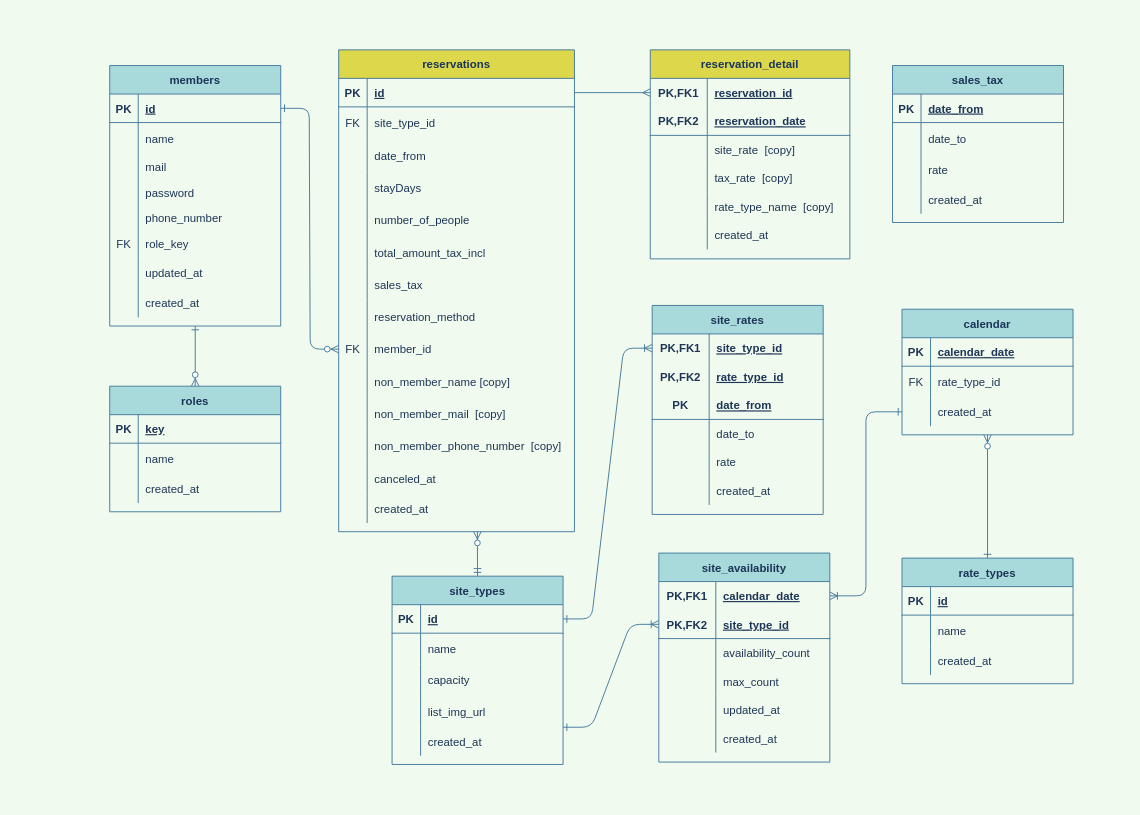
The draw.io diagram doc/db.drawio in sgyatto/AozoraCamp-Reservation, before the edit. Source tidied: cells renumbered, new cells numbered last; positions are measured from the earlier drawing's top-left corner, leaving out a move shared by most shapes. Both pictures are drawn from the tidied source at 95%, with x=0, y=0 at pixel (15, 15).
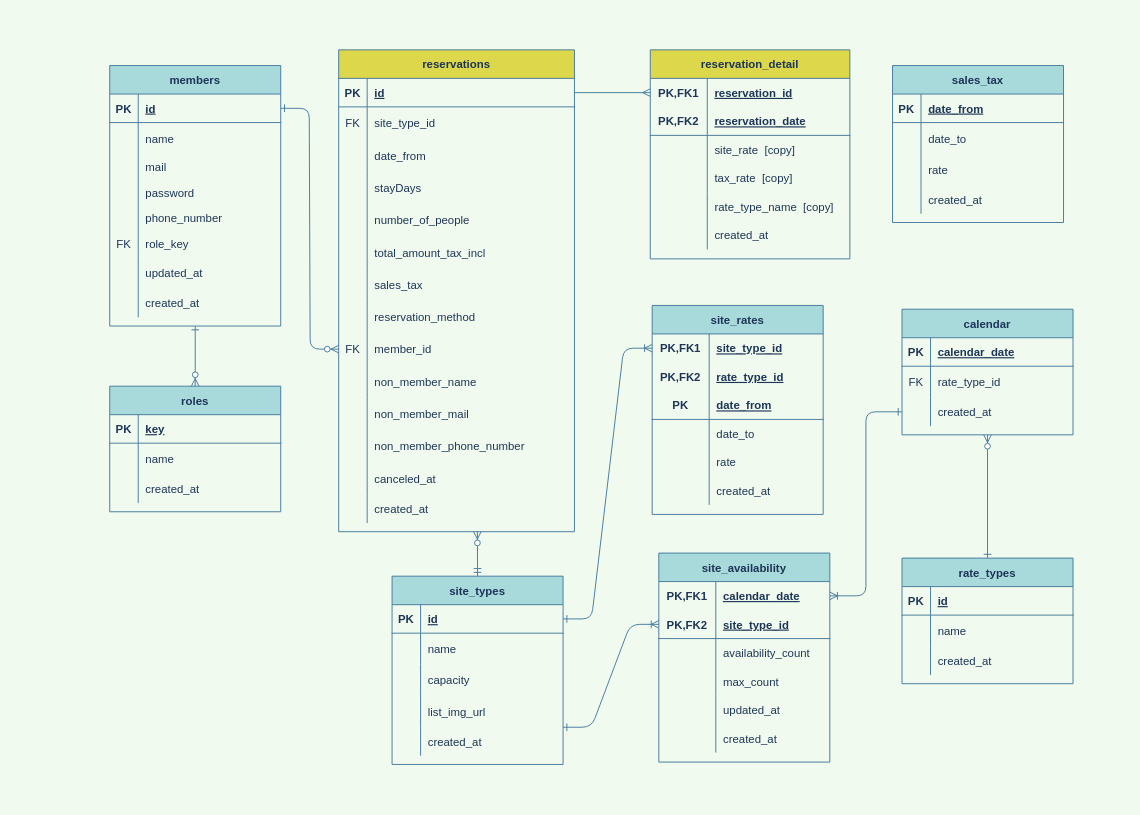
Above is the later version.

Commit message (it also covers changes not shown here):
ER図の転記項目を修正

The change refers to these unchanged cells:
```xml
<mxCell id="161" style="shape=partialRectangle;fillColor=none;top=0;left=0;bottom=0;right=0;strokeColor=#457B9D;fontColor=#1D3557;" parent="133" vertex="1">
  <mxGeometry y="332" width="248.2" height="34" as="geometry" />
</mxCell>
<mxCell id="164" style="shape=partialRectangle;fillColor=none;top=0;left=0;bottom=0;right=0;strokeColor=#457B9D;fontColor=#1D3557;" parent="133" vertex="1">
  <mxGeometry y="366" width="248.2" height="34" as="geometry" />
</mxCell>
<mxCell id="167" style="shape=partialRectangle;fillColor=none;top=0;left=0;bottom=0;right=0;strokeColor=#457B9D;fontColor=#1D3557;" parent="133" vertex="1">
  <mxGeometry y="400" width="248.2" height="34" as="geometry" />
</mxCell>
```

What changed in the source:
```diff
@@
-    <mxCell id="163" value="non_member_name [copy]" style="shape=partialRectangle;fillColor=none;top=0;left=0;bottom=0;right=0;align=left;spacingLeft=6;overflow=hidden;strokeColor=#457B9D;fontColor=#1D3557;" parent="161" vertex="1">
+    <mxCell id="163" value="non_member_name" style="shape=partialRectangle;fillColor=none;top=0;left=0;bottom=0;right=0;align=left;spacingLeft=6;overflow=hidden;strokeColor=#457B9D;fontColor=#1D3557;" parent="161" vertex="1">
       <mxGeometry x="30" width="218.2" height="34" as="geometry" />
     </mxCell>
@@
-    <mxCell id="166" value="non_member_mail  [copy]" style="shape=partialRectangle;fillColor=none;top=0;left=0;bottom=0;right=0;align=left;spacingLeft=6;overflow=hidden;strokeColor=#457B9D;fontColor=#1D3557;" parent="164" vertex="1">
+    <mxCell id="166" value="non_member_mail" style="shape=partialRectangle;fillColor=none;top=0;left=0;bottom=0;right=0;align=left;spacingLeft=6;overflow=hidden;strokeColor=#457B9D;fontColor=#1D3557;" parent="164" vertex="1">
       <mxGeometry x="30" width="218.2" height="34" as="geometry" />
     </mxCell>
@@
-    <mxCell id="169" value="non_member_phone_number  [copy]" style="shape=partialRectangle;fillColor=none;top=0;left=0;bottom=0;right=0;align=left;spacingLeft=6;overflow=hidden;strokeColor=#457B9D;fontColor=#1D3557;" parent="167" vertex="1">
+    <mxCell id="169" value="non_member_phone_number" style="shape=partialRectangle;fillColor=none;top=0;left=0;bottom=0;right=0;align=left;spacingLeft=6;overflow=hidden;strokeColor=#457B9D;fontColor=#1D3557;" parent="167" vertex="1">
       <mxGeometry x="30" width="218.2" height="34" as="geometry" />
     </mxCell>
```
